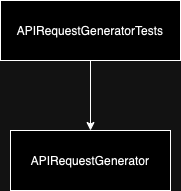
This is MarvelSampleTests/Tests/APIRequestGeneratorTests/APIRequestGeneratorTests.drawio.png from hiren9697/MavelSample, a draw.io export, as it was before one commit. Source tidied: cells renumbered, new cells last; positions are measured from the earlier drawing's top-left corner, leaving out a move shared by most shapes. The source it was exported from:
```xml
<mxGraphModel>
  <root>
    <mxCell id="0" />
    <mxCell id="1" parent="0" />
    <mxCell id="2" style="edgeStyle=orthogonalEdgeStyle;rounded=0;jettySize=auto;html=1;entryX=0.5;entryY=0;entryDx=0;entryDy=0;" parent="1" edge="1" source="3" target="4">
      <mxGeometry relative="1" as="geometry" />
    </mxCell>
    <mxCell id="3" value="APIRequestGeneratorTests" style="rounded=0;whiteSpace=wrap;html=1;" parent="1" vertex="1">
      <mxGeometry width="180" height="60" as="geometry" />
    </mxCell>
    <mxCell id="4" value="APIRequestGenerator" style="rounded=0;whiteSpace=wrap;html=1;" parent="1" vertex="1">
      <mxGeometry x="10" y="130" width="160" height="60" as="geometry" />
    </mxCell>
  </root>
</mxGraphModel>
```
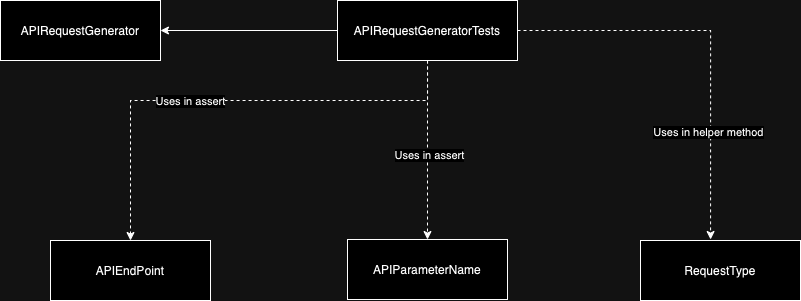
After the change.

What changed in the source:
```diff
@@ -2,14 +2,46 @@
   <root>
     <mxCell id="0" />
     <mxCell id="1" parent="0" />
-    <mxCell id="2" style="edgeStyle=orthogonalEdgeStyle;rounded=0;jettySize=auto;html=1;entryX=0.5;entryY=0;entryDx=0;entryDy=0;" parent="1" edge="1" source="3" target="4">
+    <mxCell id="2" style="edgeStyle=orthogonalEdgeStyle;rounded=0;jettySize=auto;html=1;entryX=1;entryY=0.5;entryDx=0;entryDy=0;" parent="1" edge="1" source="3" target="4">
       <mxGeometry relative="1" as="geometry" />
     </mxCell>
+    <mxCell id="5" style="edgeStyle=orthogonalEdgeStyle;rounded=0;jettySize=auto;html=1;entryX=0.5;entryY=0;entryDx=0;entryDy=0;dashed=1;" parent="1" edge="1" source="3" target="11">
+      <mxGeometry relative="1" as="geometry">
+        <Array as="points">
+          <mxPoint x="587" y="710" />
+          <mxPoint x="290" y="710" />
+        </Array>
+      </mxGeometry>
+    </mxCell>
+    <mxCell id="6" value="Uses in assert" style="edgeLabel;html=1;align=center;verticalAlign=middle;" parent="5" vertex="1">
+      <mxGeometry x="0.17" relative="1" as="geometry" />
+    </mxCell>
+    <mxCell id="7" style="edgeStyle=orthogonalEdgeStyle;rounded=0;jettySize=auto;html=1;entryX=0.5;entryY=0;entryDx=0;entryDy=0;dashed=1;" parent="1" edge="1" source="3" target="10">
+      <mxGeometry relative="1" as="geometry" />
+    </mxCell>
+    <mxCell id="8" value="Uses in assert" style="edgeLabel;html=1;align=center;verticalAlign=middle;" parent="7" vertex="1">
+      <mxGeometry x="0.05" y="1" relative="1" as="geometry" />
+    </mxCell>
     <mxCell id="3" value="APIRequestGeneratorTests" style="rounded=0;whiteSpace=wrap;html=1;" parent="1" vertex="1">
-      <mxGeometry width="180" height="60" as="geometry" />
+      <mxGeometry x="497" y="610" width="180" height="60" as="geometry" />
     </mxCell>
     <mxCell id="4" value="APIRequestGenerator" style="rounded=0;whiteSpace=wrap;html=1;" parent="1" vertex="1">
-      <mxGeometry x="10" y="130" width="160" height="60" as="geometry" />
+      <mxGeometry x="160" y="610" width="160" height="60" as="geometry" />
     </mxCell>
+    <mxCell id="9" value="RequestType" style="rounded=0;whiteSpace=wrap;html=1;" parent="1" vertex="1">
+      <mxGeometry x="800" y="850" width="160" height="60" as="geometry" />
+    </mxCell>
+    <mxCell id="10" value="APIParameterName" style="rounded=0;whiteSpace=wrap;html=1;" parent="1" vertex="1">
+      <mxGeometry x="507" y="849" width="160" height="60" as="geometry" />
+    </mxCell>
+    <mxCell id="11" value="APIEndPoint" style="rounded=0;whiteSpace=wrap;html=1;" parent="1" vertex="1">
+      <mxGeometry x="210" y="850" width="160" height="60" as="geometry" />
+    </mxCell>
+    <mxCell id="12" style="edgeStyle=orthogonalEdgeStyle;rounded=0;jettySize=auto;html=1;entryX=0.438;entryY=-0.017;entryDx=0;entryDy=0;entryPerimeter=0;dashed=1;" parent="1" edge="1" source="3" target="9">
+      <mxGeometry relative="1" as="geometry" />
+    </mxCell>
+    <mxCell id="13" value="Uses in helper method" style="edgeLabel;html=1;align=center;verticalAlign=middle;" parent="12" vertex="1">
+      <mxGeometry x="0.46" y="-3" relative="1" as="geometry" />
+    </mxCell>
   </root>
 </mxGraphModel>
```
